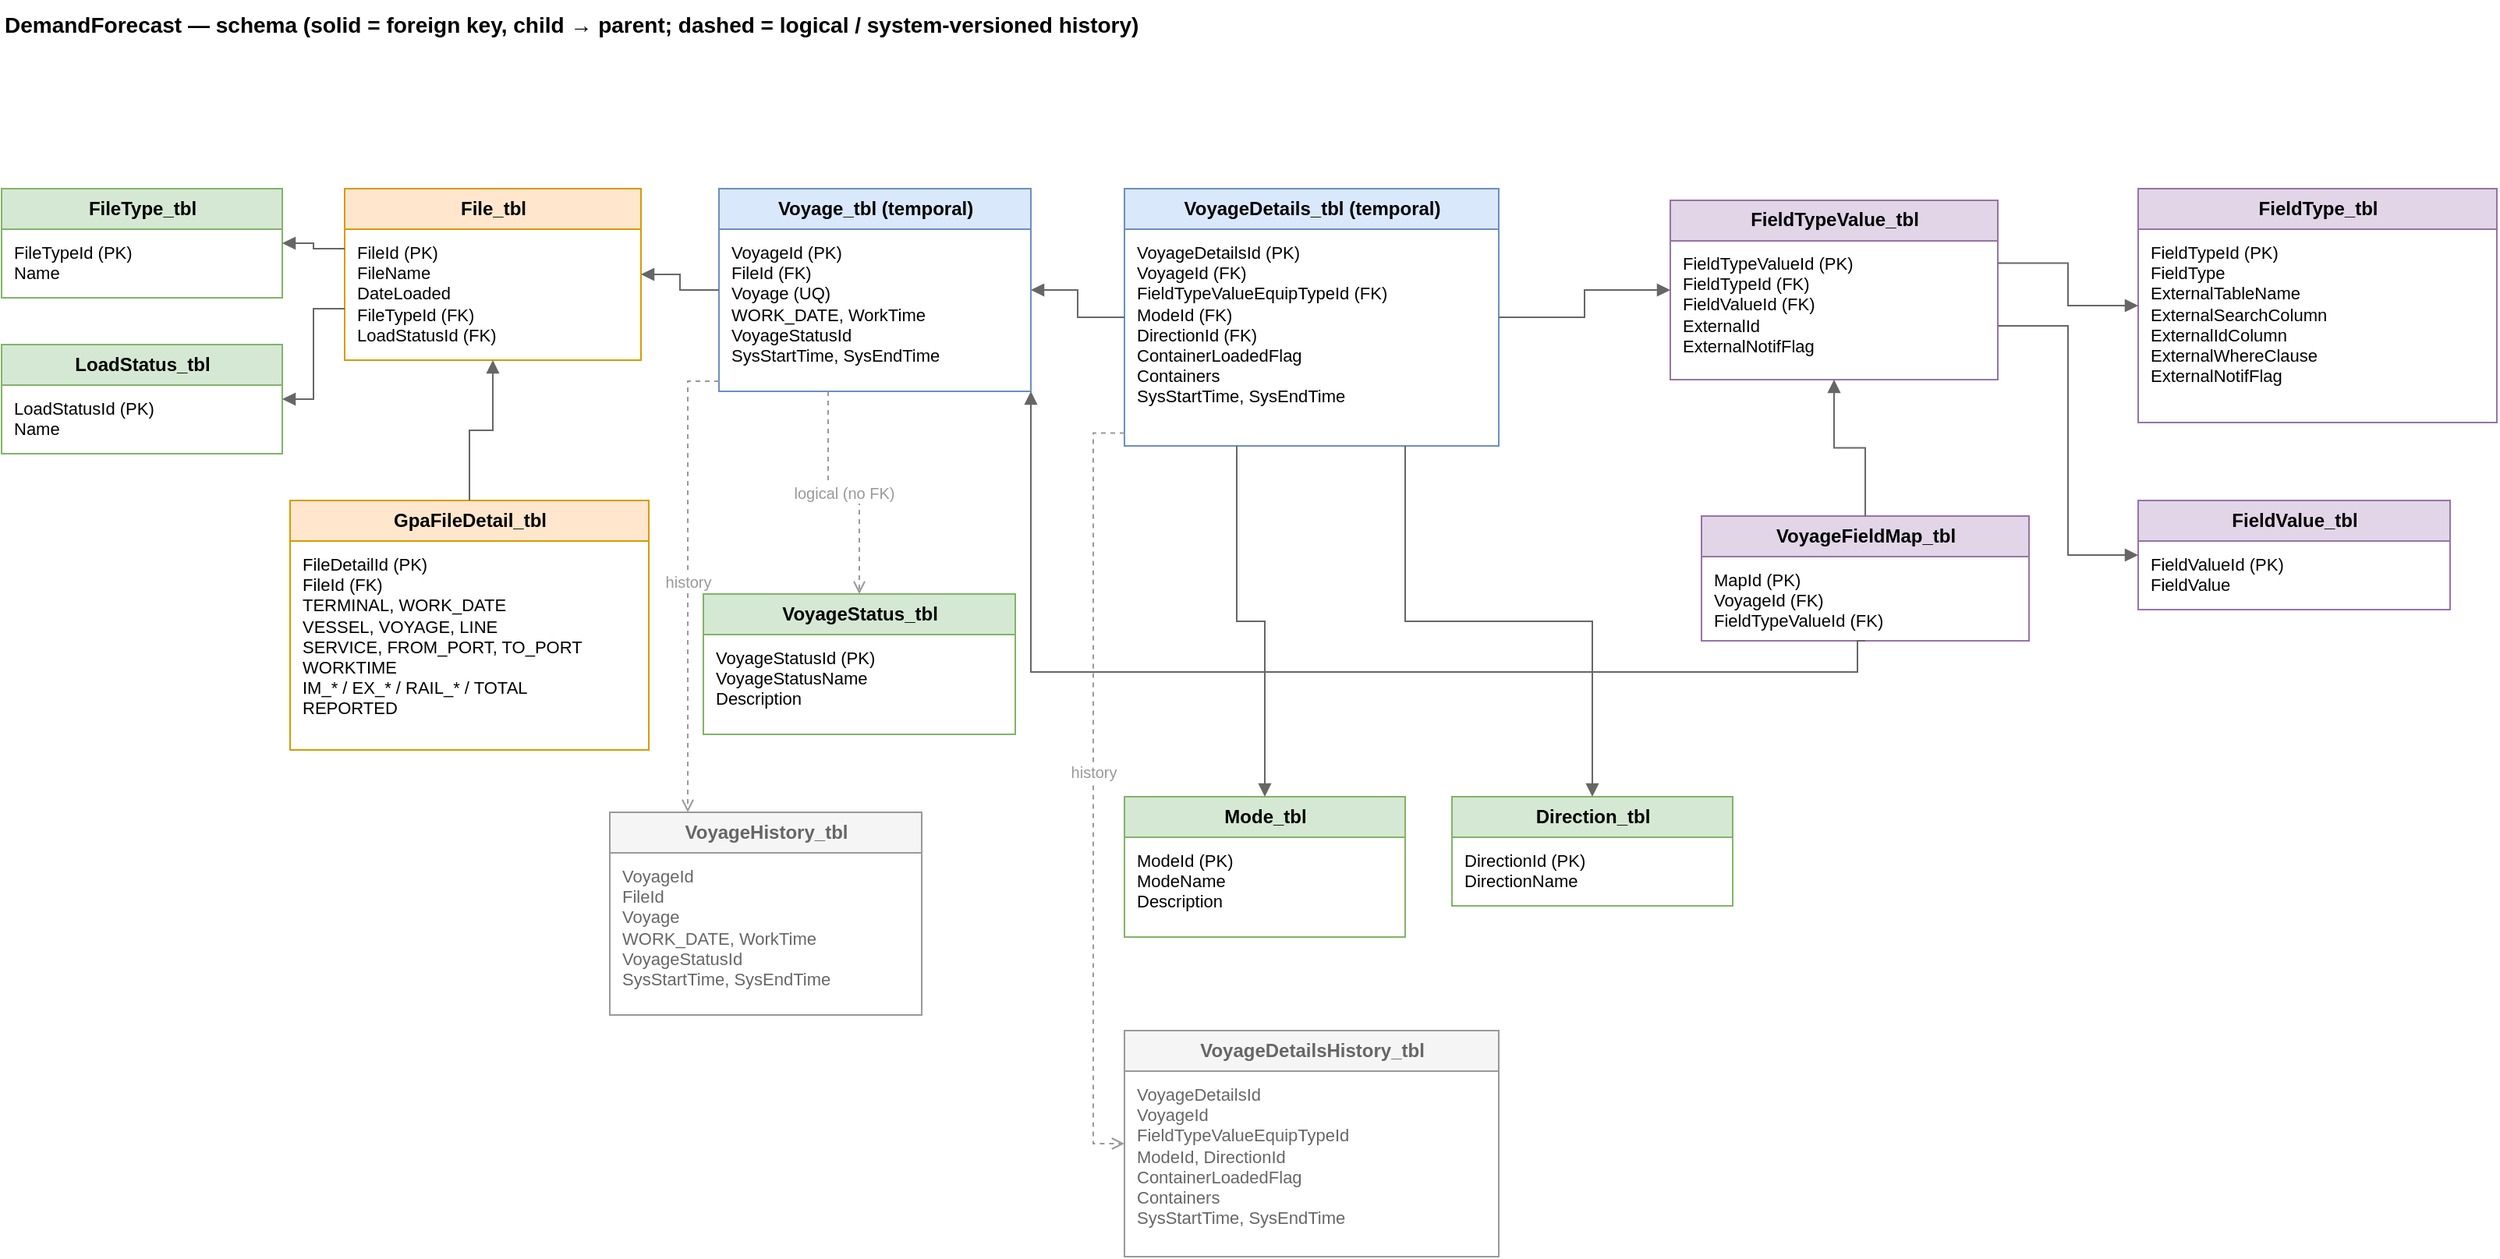
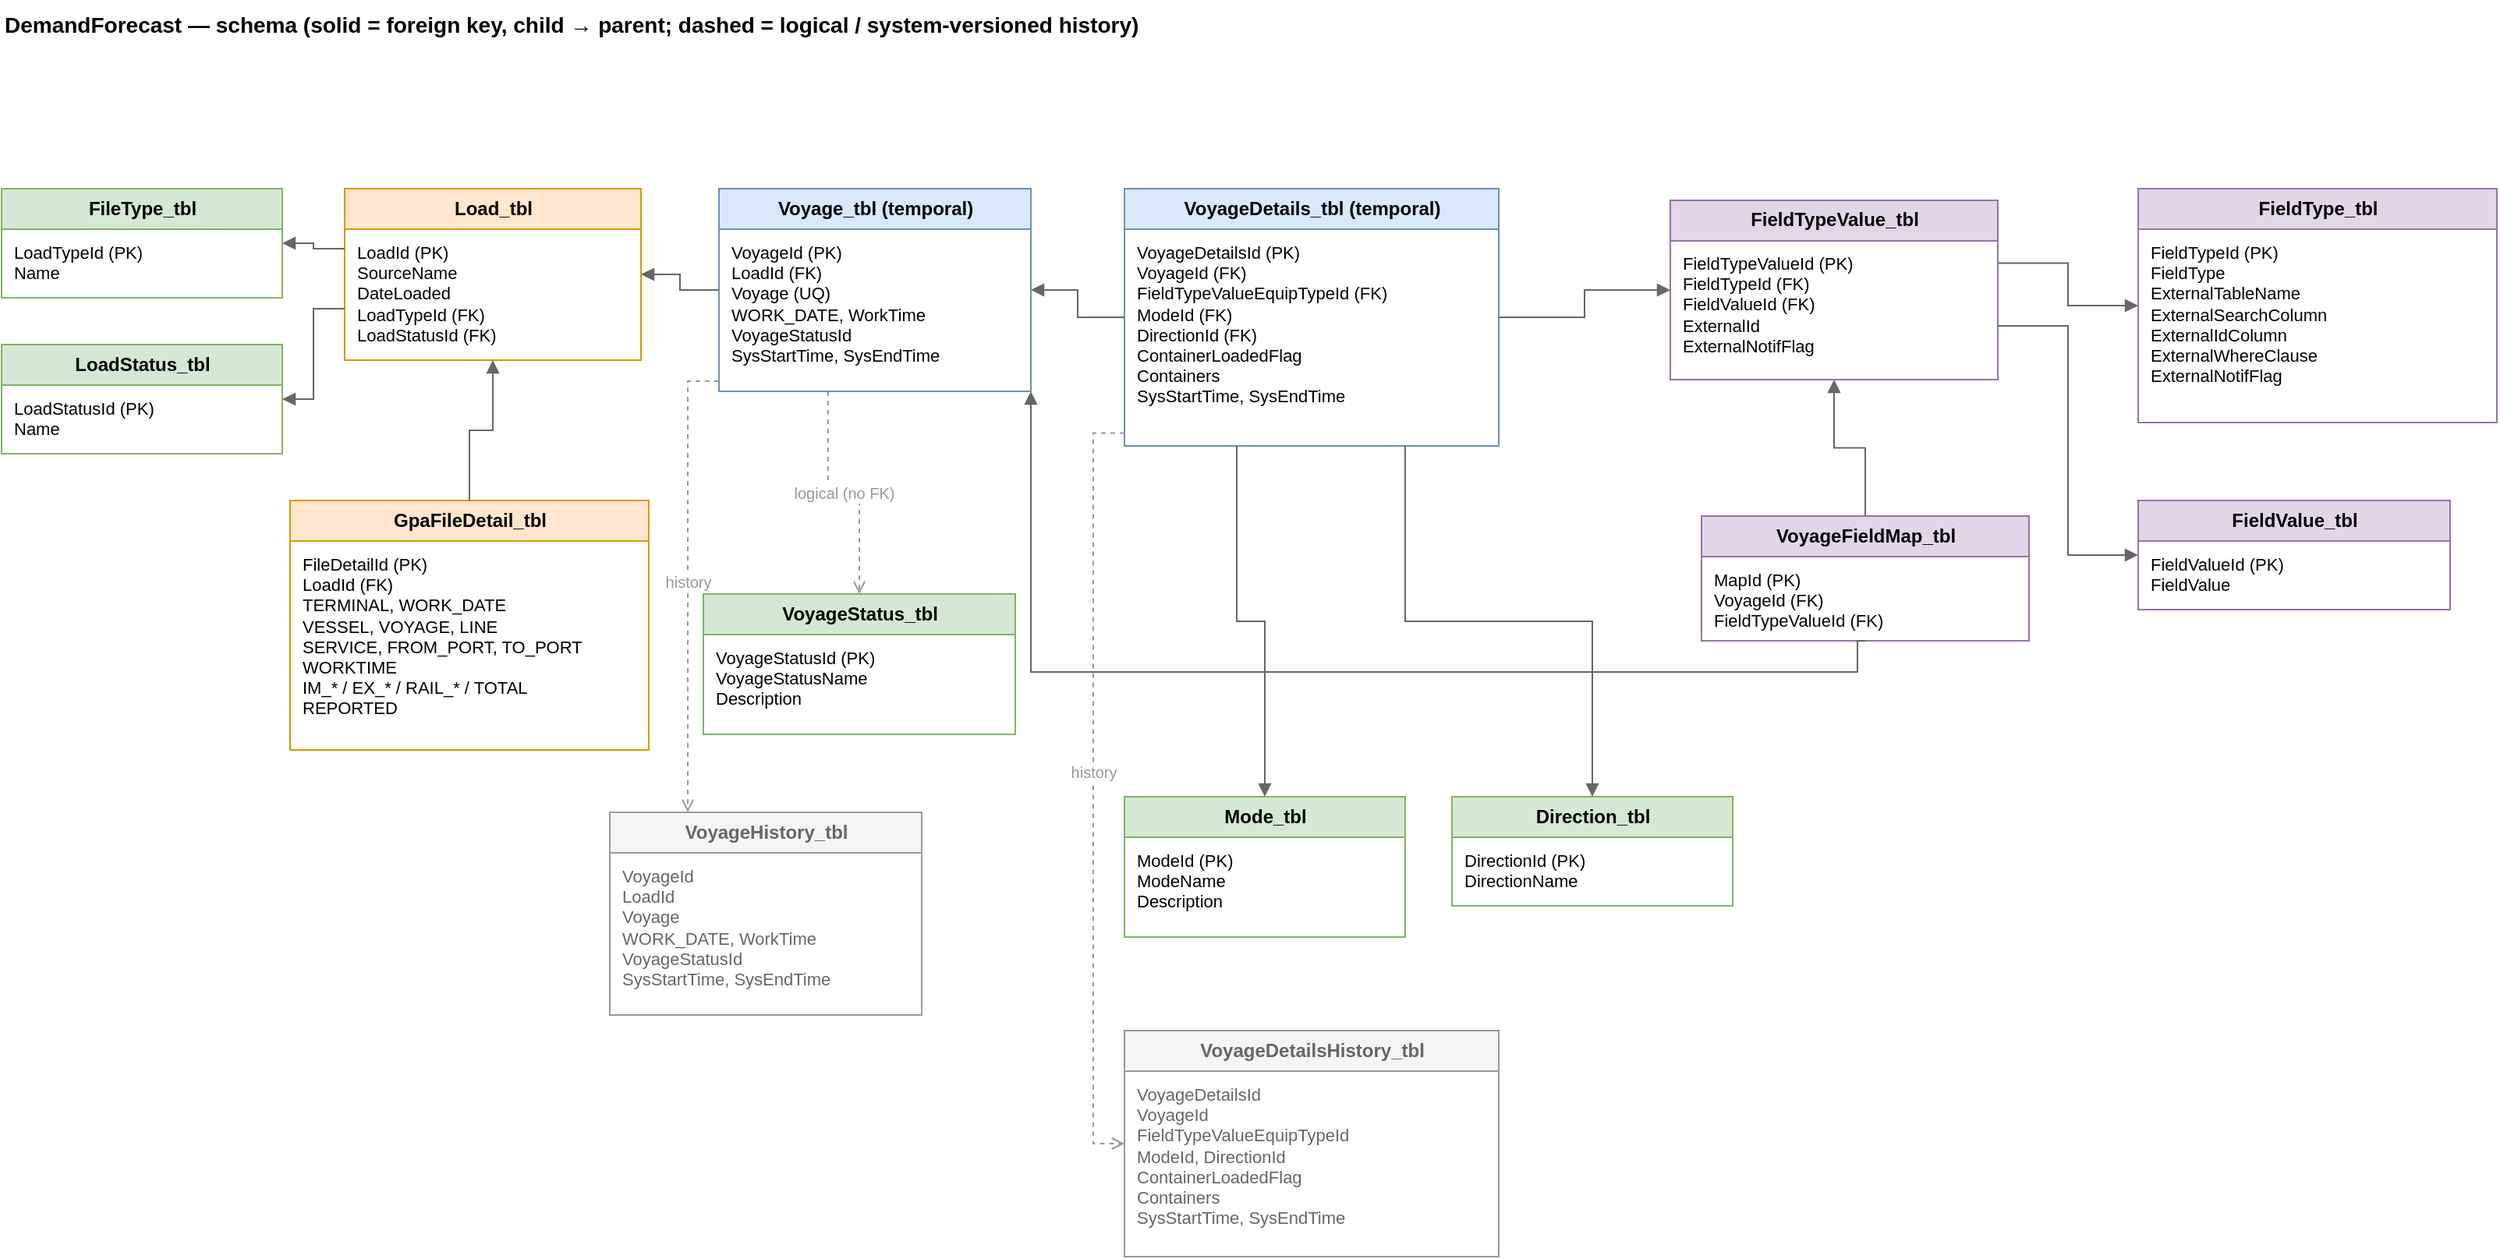
<mxfile host="app.diagrams.net">
  <diagram name="DemandForecast" id="buSNusxdhre7i8RNZYF9">
    <mxGraphModel dx="1585" dy="945" grid="1" gridSize="10" guides="1" tooltips="1" connect="1" arrows="1" fold="1" page="1" pageScale="1" pageWidth="850" pageHeight="1100" math="0" shadow="0">
      <root>
        <mxCell id="0" />
        <mxCell id="1" parent="0" />
        <mxCell id="uAgNW27ovjXaLRoELJX_-48" parent="1" style="text;html=1;align=left;fontStyle=1;fontSize=14;" value="DemandForecast — schema (solid = foreign key, child → parent;  dashed = logical / system-versioned history)" vertex="1">
          <mxGeometry height="30" width="900" x="10.000024414062523" y="9.999987792968739" as="geometry" />
        </mxCell>
        <mxCell id="uAgNW27ovjXaLRoELJX_-49" parent="1" style="swimlane;html=1;startSize=26;fontStyle=1;fontSize=12;fillColor=#d5e8d4;strokeColor=#82b366;" value="FileType_tbl" vertex="1">
          <mxGeometry height="70" width="180" x="10.000024414062523" y="129.99998779296874" as="geometry" />
        </mxCell>
-         <mxCell id="uAgNW27ovjXaLRoELJX_-50" parent="uAgNW27ovjXaLRoELJX_-49" style="text;html=1;align=left;verticalAlign=top;spacingLeft=6;spacingTop=2;fontSize=11;strokeColor=none;fillColor=none;whiteSpace=wrap;" value="FileTypeId (PK)&lt;br&gt;Name" vertex="1">
+         <mxCell id="uAgNW27ovjXaLRoELJX_-50" parent="uAgNW27ovjXaLRoELJX_-49" style="text;html=1;align=left;verticalAlign=top;spacingLeft=6;spacingTop=2;fontSize=11;strokeColor=none;fillColor=none;whiteSpace=wrap;" value="LoadTypeId (PK)&lt;br&gt;Name" vertex="1">
          <mxGeometry height="44" width="180" y="26" as="geometry" />
        </mxCell>
        <mxCell id="uAgNW27ovjXaLRoELJX_-51" parent="1" style="swimlane;html=1;startSize=26;fontStyle=1;fontSize=12;fillColor=#d5e8d4;strokeColor=#82b366;" value="LoadStatus_tbl" vertex="1">
          <mxGeometry height="70" width="180" x="10.000024414062523" y="229.99998779296874" as="geometry" />
        </mxCell>
        <mxCell id="uAgNW27ovjXaLRoELJX_-52" parent="uAgNW27ovjXaLRoELJX_-51" style="text;html=1;align=left;verticalAlign=top;spacingLeft=6;spacingTop=2;fontSize=11;strokeColor=none;fillColor=none;whiteSpace=wrap;" value="LoadStatusId (PK)&lt;br&gt;Name" vertex="1">
          <mxGeometry height="44" width="180" y="26" as="geometry" />
        </mxCell>
        <mxCell id="uAgNW27ovjXaLRoELJX_-53" parent="1" style="swimlane;html=1;startSize=26;fontStyle=1;fontSize=12;fillColor=#d5e8d4;strokeColor=#82b366;" value="VoyageStatus_tbl" vertex="1">
          <mxGeometry height="90" width="200" x="460.0000244140625" y="389.9999877929688" as="geometry" />
        </mxCell>
        <mxCell id="uAgNW27ovjXaLRoELJX_-54" parent="uAgNW27ovjXaLRoELJX_-53" style="text;html=1;align=left;verticalAlign=top;spacingLeft=6;spacingTop=2;fontSize=11;strokeColor=none;fillColor=none;whiteSpace=wrap;" value="VoyageStatusId (PK)&lt;br&gt;VoyageStatusName&lt;br&gt;Description" vertex="1">
          <mxGeometry height="64" width="200" y="26" as="geometry" />
        </mxCell>
        <mxCell id="uAgNW27ovjXaLRoELJX_-55" parent="1" style="swimlane;html=1;startSize=26;fontStyle=1;fontSize=12;fillColor=#d5e8d4;strokeColor=#82b366;" value="Mode_tbl" vertex="1">
          <mxGeometry height="90" width="180" x="730.0000244140625" y="519.9999877929688" as="geometry" />
        </mxCell>
        <mxCell id="uAgNW27ovjXaLRoELJX_-56" parent="uAgNW27ovjXaLRoELJX_-55" style="text;html=1;align=left;verticalAlign=top;spacingLeft=6;spacingTop=2;fontSize=11;strokeColor=none;fillColor=none;whiteSpace=wrap;" value="ModeId (PK)&lt;br&gt;ModeName&lt;br&gt;Description" vertex="1">
          <mxGeometry height="64" width="180" y="26" as="geometry" />
        </mxCell>
        <mxCell id="uAgNW27ovjXaLRoELJX_-57" parent="1" style="swimlane;html=1;startSize=26;fontStyle=1;fontSize=12;fillColor=#d5e8d4;strokeColor=#82b366;" value="Direction_tbl" vertex="1">
          <mxGeometry height="70" width="180" x="940.0000244140624" y="519.9999877929688" as="geometry" />
        </mxCell>
        <mxCell id="uAgNW27ovjXaLRoELJX_-58" parent="uAgNW27ovjXaLRoELJX_-57" style="text;html=1;align=left;verticalAlign=top;spacingLeft=6;spacingTop=2;fontSize=11;strokeColor=none;fillColor=none;whiteSpace=wrap;" value="DirectionId (PK)&lt;br&gt;DirectionName" vertex="1">
          <mxGeometry height="44" width="180" y="26" as="geometry" />
        </mxCell>
-         <mxCell id="uAgNW27ovjXaLRoELJX_-59" parent="1" style="swimlane;html=1;startSize=26;fontStyle=1;fontSize=12;fillColor=#ffe6cc;strokeColor=#d79b00;" value="File_tbl" vertex="1">
+         <mxCell id="uAgNW27ovjXaLRoELJX_-59" parent="1" style="swimlane;html=1;startSize=26;fontStyle=1;fontSize=12;fillColor=#ffe6cc;strokeColor=#d79b00;" value="Load_tbl" vertex="1">
          <mxGeometry height="110" width="190" x="230.00002441406252" y="129.99998779296874" as="geometry" />
        </mxCell>
-         <mxCell id="uAgNW27ovjXaLRoELJX_-60" parent="uAgNW27ovjXaLRoELJX_-59" style="text;html=1;align=left;verticalAlign=top;spacingLeft=6;spacingTop=2;fontSize=11;strokeColor=none;fillColor=none;whiteSpace=wrap;" value="FileId (PK)&lt;br&gt;FileName&lt;br&gt;DateLoaded&lt;br&gt;FileTypeId (FK)&lt;br&gt;LoadStatusId (FK)" vertex="1">
+         <mxCell id="uAgNW27ovjXaLRoELJX_-60" parent="uAgNW27ovjXaLRoELJX_-59" style="text;html=1;align=left;verticalAlign=top;spacingLeft=6;spacingTop=2;fontSize=11;strokeColor=none;fillColor=none;whiteSpace=wrap;" value="LoadId (PK)&lt;br&gt;SourceName&lt;br&gt;DateLoaded&lt;br&gt;LoadTypeId (FK)&lt;br&gt;LoadStatusId (FK)" vertex="1">
          <mxGeometry height="84" width="190" y="26" as="geometry" />
        </mxCell>
        <mxCell id="uAgNW27ovjXaLRoELJX_-61" parent="1" style="swimlane;html=1;startSize=26;fontStyle=1;fontSize=12;fillColor=#ffe6cc;strokeColor=#d79b00;" value="GpaFileDetail_tbl" vertex="1">
          <mxGeometry height="160" width="230" x="195.00002441406252" y="329.99998779296874" as="geometry" />
        </mxCell>
-         <mxCell id="uAgNW27ovjXaLRoELJX_-62" parent="uAgNW27ovjXaLRoELJX_-61" style="text;html=1;align=left;verticalAlign=top;spacingLeft=6;spacingTop=2;fontSize=11;strokeColor=none;fillColor=none;whiteSpace=wrap;" value="FileDetailId (PK)&lt;br&gt;FileId (FK)&lt;br&gt;TERMINAL, WORK_DATE&lt;br&gt;VESSEL, VOYAGE, LINE&lt;br&gt;SERVICE, FROM_PORT, TO_PORT&lt;br&gt;WORKTIME&lt;br&gt;IM_* / EX_* / RAIL_* / TOTAL&lt;br&gt;REPORTED" vertex="1">
+         <mxCell id="uAgNW27ovjXaLRoELJX_-62" parent="uAgNW27ovjXaLRoELJX_-61" style="text;html=1;align=left;verticalAlign=top;spacingLeft=6;spacingTop=2;fontSize=11;strokeColor=none;fillColor=none;whiteSpace=wrap;" value="FileDetailId (PK)&lt;br&gt;LoadId (FK)&lt;br&gt;TERMINAL, WORK_DATE&lt;br&gt;VESSEL, VOYAGE, LINE&lt;br&gt;SERVICE, FROM_PORT, TO_PORT&lt;br&gt;WORKTIME&lt;br&gt;IM_* / EX_* / RAIL_* / TOTAL&lt;br&gt;REPORTED" vertex="1">
          <mxGeometry height="134" width="230" y="26" as="geometry" />
        </mxCell>
        <mxCell id="uAgNW27ovjXaLRoELJX_-63" parent="1" style="swimlane;html=1;startSize=26;fontStyle=1;fontSize=12;fillColor=#dae8fc;strokeColor=#6c8ebf;" value="Voyage_tbl  (temporal)" vertex="1">
          <mxGeometry height="130" width="200" x="470.0000244140625" y="129.99998779296874" as="geometry" />
        </mxCell>
-         <mxCell id="uAgNW27ovjXaLRoELJX_-64" parent="uAgNW27ovjXaLRoELJX_-63" style="text;html=1;align=left;verticalAlign=top;spacingLeft=6;spacingTop=2;fontSize=11;strokeColor=none;fillColor=none;whiteSpace=wrap;" value="VoyageId (PK)&lt;br&gt;FileId (FK)&lt;br&gt;Voyage (UQ)&lt;br&gt;WORK_DATE, WorkTime&lt;br&gt;VoyageStatusId&lt;br&gt;SysStartTime, SysEndTime" vertex="1">
+         <mxCell id="uAgNW27ovjXaLRoELJX_-64" parent="uAgNW27ovjXaLRoELJX_-63" style="text;html=1;align=left;verticalAlign=top;spacingLeft=6;spacingTop=2;fontSize=11;strokeColor=none;fillColor=none;whiteSpace=wrap;" value="VoyageId (PK)&lt;br&gt;LoadId (FK)&lt;br&gt;Voyage (UQ)&lt;br&gt;WORK_DATE, WorkTime&lt;br&gt;VoyageStatusId&lt;br&gt;SysStartTime, SysEndTime" vertex="1">
          <mxGeometry height="104" width="200" y="26" as="geometry" />
        </mxCell>
        <mxCell id="uAgNW27ovjXaLRoELJX_-65" parent="1" style="swimlane;html=1;startSize=26;fontStyle=1;fontSize=12;fillColor=#dae8fc;strokeColor=#6c8ebf;" value="VoyageDetails_tbl  (temporal)" vertex="1">
          <mxGeometry height="165" width="240" x="730.0000244140625" y="129.99998779296874" as="geometry" />
        </mxCell>
        <mxCell id="uAgNW27ovjXaLRoELJX_-66" parent="uAgNW27ovjXaLRoELJX_-65" style="text;html=1;align=left;verticalAlign=top;spacingLeft=6;spacingTop=2;fontSize=11;strokeColor=none;fillColor=none;whiteSpace=wrap;" value="VoyageDetailsId (PK)&lt;br&gt;VoyageId (FK)&lt;br&gt;FieldTypeValueEquipTypeId (FK)&lt;br&gt;ModeId (FK)&lt;br&gt;DirectionId (FK)&lt;br&gt;ContainerLoadedFlag&lt;br&gt;Containers&lt;br&gt;SysStartTime, SysEndTime" vertex="1">
          <mxGeometry height="139" width="240" y="26" as="geometry" />
        </mxCell>
        <mxCell id="uAgNW27ovjXaLRoELJX_-67" parent="1" style="swimlane;html=1;startSize=26;fontStyle=1;fontSize=12;fillColor=#f5f5f5;strokeColor=#999999;fontColor=#666666;" value="VoyageHistory_tbl" vertex="1">
          <mxGeometry height="130" width="200" x="400.0000244140625" y="529.9999877929688" as="geometry" />
        </mxCell>
-         <mxCell id="uAgNW27ovjXaLRoELJX_-68" parent="uAgNW27ovjXaLRoELJX_-67" style="text;html=1;align=left;verticalAlign=top;spacingLeft=6;spacingTop=2;fontSize=11;strokeColor=none;fillColor=none;fontColor=#666666;whiteSpace=wrap;" value="VoyageId&lt;br&gt;FileId&lt;br&gt;Voyage&lt;br&gt;WORK_DATE, WorkTime&lt;br&gt;VoyageStatusId&lt;br&gt;SysStartTime, SysEndTime" vertex="1">
+         <mxCell id="uAgNW27ovjXaLRoELJX_-68" parent="uAgNW27ovjXaLRoELJX_-67" style="text;html=1;align=left;verticalAlign=top;spacingLeft=6;spacingTop=2;fontSize=11;strokeColor=none;fillColor=none;fontColor=#666666;whiteSpace=wrap;" value="VoyageId&lt;br&gt;LoadId&lt;br&gt;Voyage&lt;br&gt;WORK_DATE, WorkTime&lt;br&gt;VoyageStatusId&lt;br&gt;SysStartTime, SysEndTime" vertex="1">
          <mxGeometry height="104" width="200" y="26" as="geometry" />
        </mxCell>
        <mxCell id="uAgNW27ovjXaLRoELJX_-69" parent="1" style="swimlane;html=1;startSize=26;fontStyle=1;fontSize=12;fillColor=#f5f5f5;strokeColor=#999999;fontColor=#666666;" value="VoyageDetailsHistory_tbl" vertex="1">
          <mxGeometry height="145" width="240" x="730.0000244140625" y="669.9999877929688" as="geometry" />
        </mxCell>
        <mxCell id="uAgNW27ovjXaLRoELJX_-70" parent="uAgNW27ovjXaLRoELJX_-69" style="text;html=1;align=left;verticalAlign=top;spacingLeft=6;spacingTop=2;fontSize=11;strokeColor=none;fillColor=none;fontColor=#666666;whiteSpace=wrap;" value="VoyageDetailsId&lt;br&gt;VoyageId&lt;br&gt;FieldTypeValueEquipTypeId&lt;br&gt;ModeId, DirectionId&lt;br&gt;ContainerLoadedFlag&lt;br&gt;Containers&lt;br&gt;SysStartTime, SysEndTime" vertex="1">
          <mxGeometry height="119" width="240" y="26" as="geometry" />
        </mxCell>
        <mxCell id="uAgNW27ovjXaLRoELJX_-71" parent="1" style="swimlane;html=1;startSize=26;fontStyle=1;fontSize=12;fillColor=#e1d5e7;strokeColor=#9673a6;" value="FieldTypeValue_tbl" vertex="1">
          <mxGeometry height="115" width="210" x="1080.0000244140624" y="137.49998779296874" as="geometry" />
        </mxCell>
        <mxCell id="uAgNW27ovjXaLRoELJX_-72" parent="uAgNW27ovjXaLRoELJX_-71" style="text;html=1;align=left;verticalAlign=top;spacingLeft=6;spacingTop=2;fontSize=11;strokeColor=none;fillColor=none;whiteSpace=wrap;" value="FieldTypeValueId (PK)&lt;br&gt;FieldTypeId (FK)&lt;br&gt;FieldValueId (FK)&lt;br&gt;ExternalId&lt;br&gt;ExternalNotifFlag" vertex="1">
          <mxGeometry height="89" width="210" y="26" as="geometry" />
        </mxCell>
        <mxCell id="uAgNW27ovjXaLRoELJX_-73" parent="1" style="swimlane;html=1;startSize=26;fontStyle=1;fontSize=12;fillColor=#e1d5e7;strokeColor=#9673a6;" value="VoyageFieldMap_tbl" vertex="1">
          <mxGeometry height="80" width="210" x="1100.0000244140624" y="339.99998779296874" as="geometry" />
        </mxCell>
        <mxCell id="uAgNW27ovjXaLRoELJX_-74" parent="uAgNW27ovjXaLRoELJX_-73" style="text;html=1;align=left;verticalAlign=top;spacingLeft=6;spacingTop=2;fontSize=11;strokeColor=none;fillColor=none;whiteSpace=wrap;" value="MapId (PK)&lt;br&gt;VoyageId (FK)&lt;br&gt;FieldTypeValueId (FK)" vertex="1">
          <mxGeometry height="54" width="210" y="26" as="geometry" />
        </mxCell>
        <mxCell id="uAgNW27ovjXaLRoELJX_-75" parent="1" style="swimlane;html=1;startSize=26;fontStyle=1;fontSize=12;fillColor=#e1d5e7;strokeColor=#9673a6;" value="FieldType_tbl" vertex="1">
          <mxGeometry height="150" width="230" x="1380.0000244140624" y="129.99998779296874" as="geometry" />
        </mxCell>
        <mxCell id="uAgNW27ovjXaLRoELJX_-76" parent="uAgNW27ovjXaLRoELJX_-75" style="text;html=1;align=left;verticalAlign=top;spacingLeft=6;spacingTop=2;fontSize=11;strokeColor=none;fillColor=none;whiteSpace=wrap;" value="FieldTypeId (PK)&lt;br&gt;FieldType&lt;br&gt;ExternalTableName&lt;br&gt;ExternalSearchColumn&lt;br&gt;ExternalIdColumn&lt;br&gt;ExternalWhereClause&lt;br&gt;ExternalNotifFlag" vertex="1">
          <mxGeometry height="124" width="230" y="26" as="geometry" />
        </mxCell>
        <mxCell id="uAgNW27ovjXaLRoELJX_-77" parent="1" style="swimlane;html=1;startSize=26;fontStyle=1;fontSize=12;fillColor=#e1d5e7;strokeColor=#9673a6;" value="FieldValue_tbl" vertex="1">
          <mxGeometry height="70" width="200" x="1380.0000244140624" y="329.99998779296874" as="geometry" />
        </mxCell>
        <mxCell id="uAgNW27ovjXaLRoELJX_-78" parent="uAgNW27ovjXaLRoELJX_-77" style="text;html=1;align=left;verticalAlign=top;spacingLeft=6;spacingTop=2;fontSize=11;strokeColor=none;fillColor=none;whiteSpace=wrap;" value="FieldValueId (PK)&lt;br&gt;FieldValue" vertex="1">
          <mxGeometry height="44" width="200" y="26" as="geometry" />
        </mxCell>
        <mxCell id="uAgNW27ovjXaLRoELJX_-79" edge="1" parent="1" source="uAgNW27ovjXaLRoELJX_-59" style="edgeStyle=orthogonalEdgeStyle;rounded=0;html=1;endArrow=block;endFill=1;strokeColor=#666666;exitX=0;exitY=0.35;exitDx=0;exitDy=0;entryX=1;entryY=0.5;entryDx=0;entryDy=0;" target="uAgNW27ovjXaLRoELJX_-49">
          <mxGeometry relative="1" as="geometry" />
        </mxCell>
        <mxCell id="uAgNW27ovjXaLRoELJX_-80" edge="1" parent="1" source="uAgNW27ovjXaLRoELJX_-59" style="edgeStyle=orthogonalEdgeStyle;rounded=0;html=1;endArrow=block;endFill=1;strokeColor=#666666;exitX=0;exitY=0.7;exitDx=0;exitDy=0;entryX=1;entryY=0.5;entryDx=0;entryDy=0;" target="uAgNW27ovjXaLRoELJX_-51">
          <mxGeometry relative="1" as="geometry" />
        </mxCell>
        <mxCell id="uAgNW27ovjXaLRoELJX_-81" edge="1" parent="1" source="uAgNW27ovjXaLRoELJX_-61" style="edgeStyle=orthogonalEdgeStyle;rounded=0;html=1;endArrow=block;endFill=1;strokeColor=#666666;exitX=0.5;exitY=0;exitDx=0;exitDy=0;entryX=0.5;entryY=1;entryDx=0;entryDy=0;" target="uAgNW27ovjXaLRoELJX_-59">
          <mxGeometry relative="1" as="geometry" />
        </mxCell>
        <mxCell id="uAgNW27ovjXaLRoELJX_-82" edge="1" parent="1" source="uAgNW27ovjXaLRoELJX_-63" style="edgeStyle=orthogonalEdgeStyle;rounded=0;html=1;endArrow=block;endFill=1;strokeColor=#666666;exitX=0;exitY=0.5;exitDx=0;exitDy=0;entryX=1;entryY=0.5;entryDx=0;entryDy=0;" target="uAgNW27ovjXaLRoELJX_-59">
          <mxGeometry relative="1" as="geometry" />
        </mxCell>
        <mxCell id="uAgNW27ovjXaLRoELJX_-83" edge="1" parent="1" source="uAgNW27ovjXaLRoELJX_-65" style="edgeStyle=orthogonalEdgeStyle;rounded=0;html=1;endArrow=block;endFill=1;strokeColor=#666666;exitX=0;exitY=0.5;exitDx=0;exitDy=0;entryX=1;entryY=0.5;entryDx=0;entryDy=0;" target="uAgNW27ovjXaLRoELJX_-63">
          <mxGeometry relative="1" as="geometry" />
        </mxCell>
        <mxCell id="uAgNW27ovjXaLRoELJX_-84" edge="1" parent="1" source="uAgNW27ovjXaLRoELJX_-65" style="edgeStyle=orthogonalEdgeStyle;rounded=0;html=1;endArrow=block;endFill=1;strokeColor=#666666;exitX=0.3;exitY=1;exitDx=0;exitDy=0;entryX=0.5;entryY=0;entryDx=0;entryDy=0;" target="uAgNW27ovjXaLRoELJX_-55">
          <mxGeometry relative="1" as="geometry" />
        </mxCell>
        <mxCell id="uAgNW27ovjXaLRoELJX_-85" edge="1" parent="1" source="uAgNW27ovjXaLRoELJX_-65" style="edgeStyle=orthogonalEdgeStyle;rounded=0;html=1;endArrow=block;endFill=1;strokeColor=#666666;exitX=0.75;exitY=1;exitDx=0;exitDy=0;entryX=0.5;entryY=0;entryDx=0;entryDy=0;" target="uAgNW27ovjXaLRoELJX_-57">
          <mxGeometry relative="1" as="geometry" />
        </mxCell>
        <mxCell id="uAgNW27ovjXaLRoELJX_-86" edge="1" parent="1" source="uAgNW27ovjXaLRoELJX_-65" style="edgeStyle=orthogonalEdgeStyle;rounded=0;html=1;endArrow=block;endFill=1;strokeColor=#666666;exitX=1;exitY=0.5;exitDx=0;exitDy=0;entryX=0;entryY=0.5;entryDx=0;entryDy=0;" target="uAgNW27ovjXaLRoELJX_-71">
          <mxGeometry relative="1" as="geometry" />
        </mxCell>
        <mxCell id="uAgNW27ovjXaLRoELJX_-87" edge="1" parent="1" source="uAgNW27ovjXaLRoELJX_-73" style="edgeStyle=orthogonalEdgeStyle;rounded=0;html=1;endArrow=block;endFill=1;strokeColor=#666666;exitX=0.5;exitY=0;exitDx=0;exitDy=0;entryX=0.5;entryY=1;entryDx=0;entryDy=0;" target="uAgNW27ovjXaLRoELJX_-71">
          <mxGeometry relative="1" as="geometry" />
        </mxCell>
        <mxCell id="uAgNW27ovjXaLRoELJX_-88" edge="1" parent="1" source="uAgNW27ovjXaLRoELJX_-71" style="edgeStyle=orthogonalEdgeStyle;rounded=0;html=1;endArrow=block;endFill=1;strokeColor=#666666;exitX=1;exitY=0.35;exitDx=0;exitDy=0;entryX=0;entryY=0.5;entryDx=0;entryDy=0;" target="uAgNW27ovjXaLRoELJX_-75">
          <mxGeometry relative="1" as="geometry" />
        </mxCell>
        <mxCell id="uAgNW27ovjXaLRoELJX_-89" edge="1" parent="1" source="uAgNW27ovjXaLRoELJX_-71" style="edgeStyle=orthogonalEdgeStyle;rounded=0;html=1;endArrow=block;endFill=1;strokeColor=#666666;exitX=1;exitY=0.7;exitDx=0;exitDy=0;entryX=0;entryY=0.5;entryDx=0;entryDy=0;" target="uAgNW27ovjXaLRoELJX_-77">
          <mxGeometry relative="1" as="geometry" />
        </mxCell>
        <mxCell id="uAgNW27ovjXaLRoELJX_-90" edge="1" parent="1" source="uAgNW27ovjXaLRoELJX_-74" style="edgeStyle=orthogonalEdgeStyle;rounded=0;html=1;endArrow=block;endFill=1;strokeColor=#666666;exitX=0.5;exitY=1;exitDx=0;exitDy=0;entryX=1;entryY=1;entryDx=0;entryDy=0;" target="uAgNW27ovjXaLRoELJX_-64">
          <mxGeometry relative="1" as="geometry">
            <Array as="points">
              <mxPoint x="1200" y="420" />
              <mxPoint x="1200" y="440" />
              <mxPoint x="670" y="440" />
            </Array>
            <mxPoint x="1353.000024414062" y="419.9999877929688" as="sourcePoint" />
            <mxPoint x="720.0000244140624" y="259.9999877929688" as="targetPoint" />
          </mxGeometry>
        </mxCell>
        <mxCell id="uAgNW27ovjXaLRoELJX_-91" edge="1" parent="1" source="uAgNW27ovjXaLRoELJX_-63" style="edgeStyle=orthogonalEdgeStyle;rounded=0;html=1;dashed=1;endArrow=open;strokeColor=#999999;fontColor=#999999;fontSize=10;exitX=0.35;exitY=1;exitDx=0;exitDy=0;entryX=0.5;entryY=0;entryDx=0;entryDy=0;" target="uAgNW27ovjXaLRoELJX_-53" value="logical (no FK)">
          <mxGeometry relative="1" as="geometry" />
        </mxCell>
        <mxCell id="uAgNW27ovjXaLRoELJX_-92" edge="1" parent="1" source="uAgNW27ovjXaLRoELJX_-63" style="edgeStyle=orthogonalEdgeStyle;rounded=0;html=1;dashed=1;endArrow=open;strokeColor=#999999;fontColor=#999999;fontSize=10;exitX=0;exitY=0.95;exitDx=0;exitDy=0;entryX=0.25;entryY=0;entryDx=0;entryDy=0;" target="uAgNW27ovjXaLRoELJX_-67" value="history">
          <mxGeometry relative="1" as="geometry">
            <Array as="points">
              <mxPoint x="450" y="254" />
            </Array>
            <mxPoint x="430" y="500" as="targetPoint" />
          </mxGeometry>
        </mxCell>
        <mxCell id="uAgNW27ovjXaLRoELJX_-93" edge="1" parent="1" source="uAgNW27ovjXaLRoELJX_-65" style="edgeStyle=orthogonalEdgeStyle;rounded=0;html=1;dashed=1;endArrow=open;strokeColor=#999999;fontColor=#999999;fontSize=10;exitX=0;exitY=0.95;exitDx=0;exitDy=0;entryX=0;entryY=0.5;entryDx=0;entryDy=0;" target="uAgNW27ovjXaLRoELJX_-69" value="history">
          <mxGeometry relative="1" x="-0.0446" as="geometry">
            <mxPoint as="offset" />
            <Array as="points">
              <mxPoint x="710" y="287" />
              <mxPoint x="710" y="742" />
            </Array>
          </mxGeometry>
        </mxCell>
      </root>
    </mxGraphModel>
  </diagram>
</mxfile>
